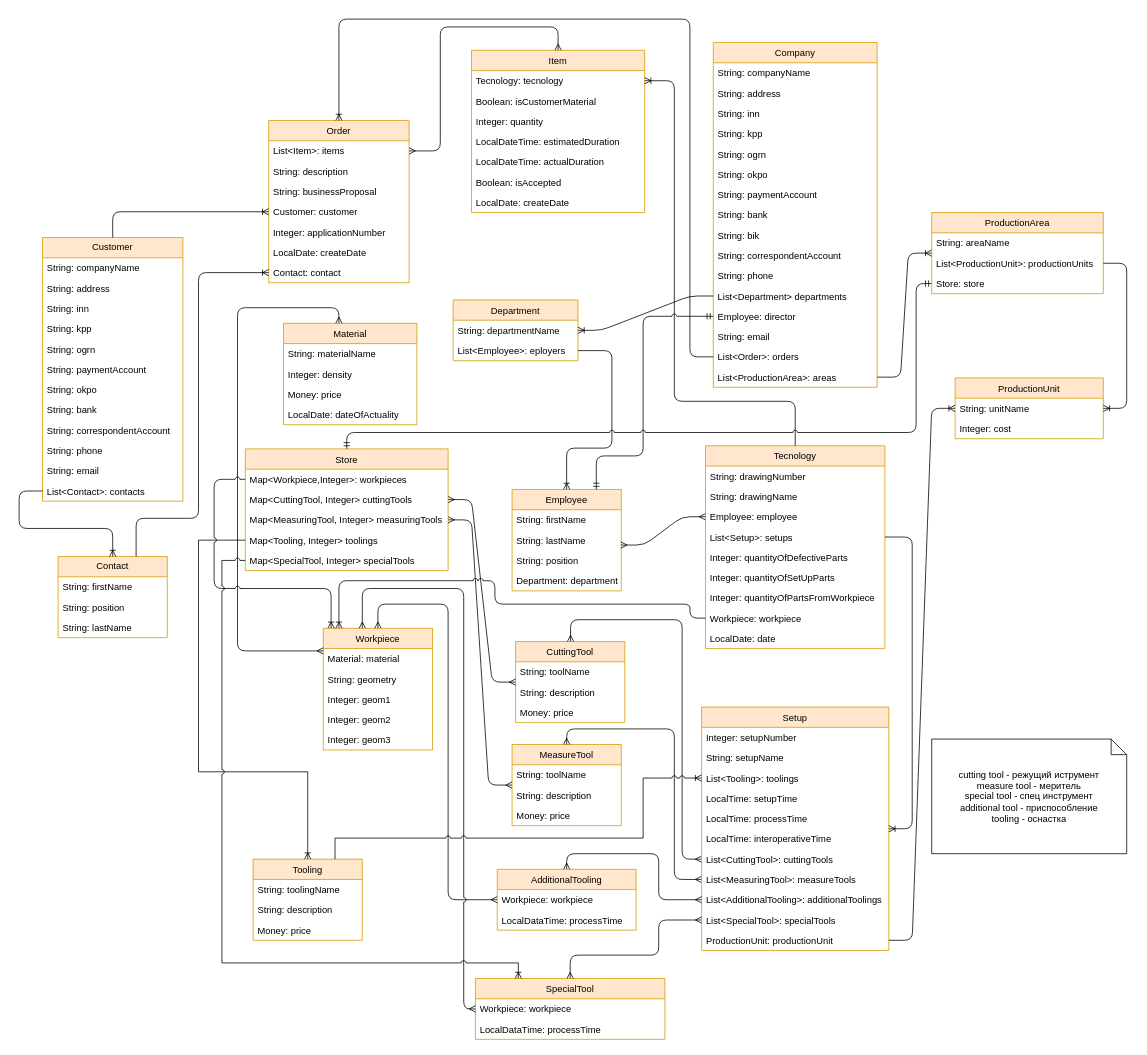
Before: erp.drawio in Shaman58/sfsb, a draw.io diagram. Source tidied: cells renumbered, new cells numbered last; positions are measured from the earlier drawing's top-left corner, leaving out a move shared by most shapes. Both pictures are drawn from the tidied source at 78%, with x=0, y=0 at pixel (19, 19).
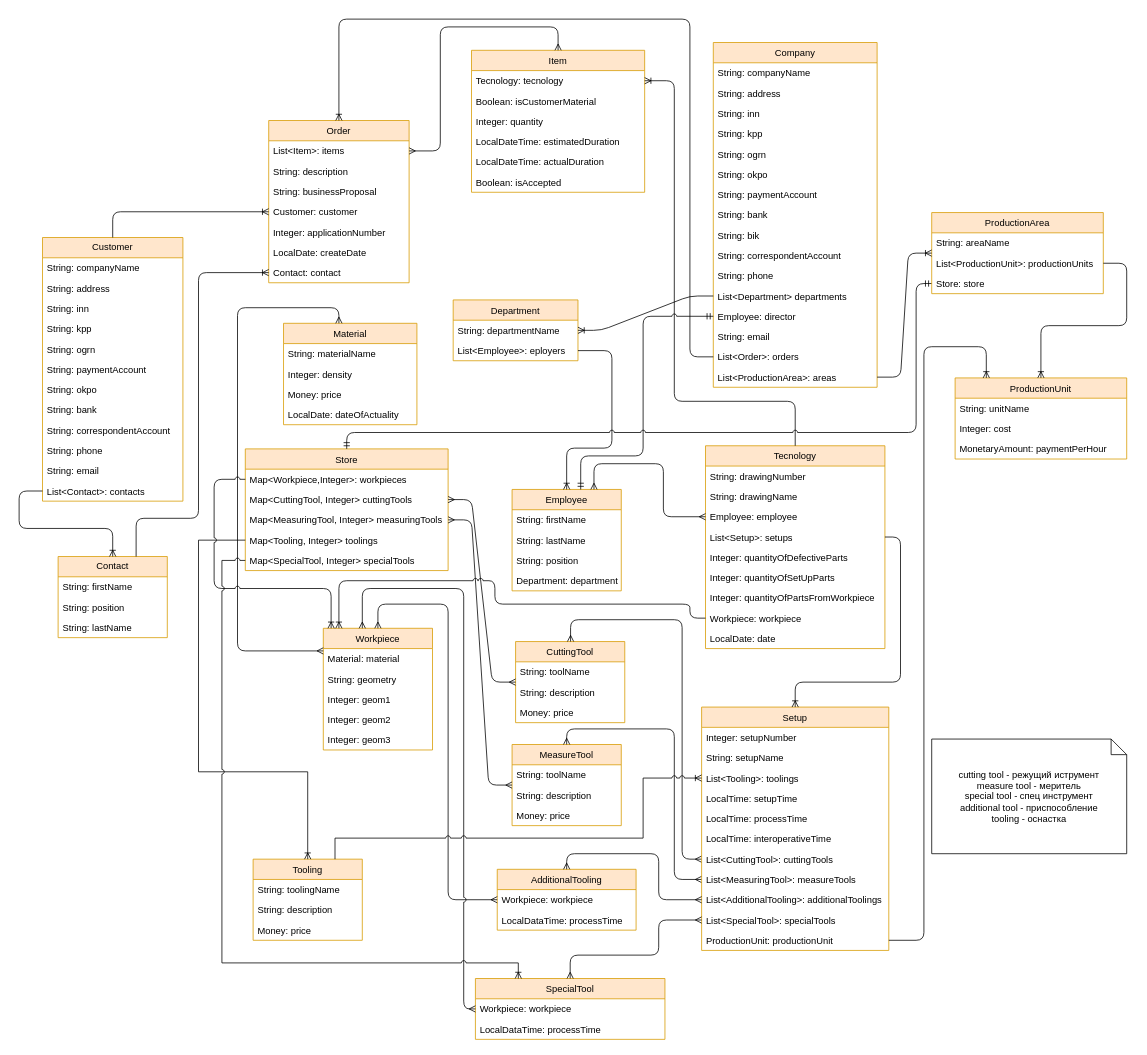
The same page after the edit.

Unchanged cells that the change refers to:
```xml
<mxCell id="22" value="Employee: employee" style="text;strokeColor=none;fillColor=none;align=left;verticalAlign=top;spacingLeft=4;spacingRight=4;overflow=hidden;points=[[0,0.5],[1,0.5]];portConstraint=eastwest;" parent="19" vertex="1">
  <mxGeometry y="78" width="230" height="26" as="geometry" />
</mxCell>
<mxCell id="23" value="List&lt;Setup&gt;: setups" style="text;strokeColor=none;fillColor=none;align=left;verticalAlign=top;spacingLeft=4;spacingRight=4;overflow=hidden;points=[[0,0.5],[1,0.5]];portConstraint=eastwest;" parent="19" vertex="1">
  <mxGeometry y="104" width="230" height="26" as="geometry" />
</mxCell>
<mxCell id="35" value="Employee" style="swimlane;fontStyle=0;horizontal=1;startSize=26;fillColor=#ffe6cc;fontSize=12;strokeColor=#d79b00;" parent="1" vertex="1">
  <mxGeometry x="632" y="603" width="140" height="130" as="geometry" />
</mxCell>
<mxCell id="37" value="String: lastName" style="text;strokeColor=none;fillColor=none;align=left;verticalAlign=top;spacingLeft=4;spacingRight=4;overflow=hidden;points=[[0,0.5],[1,0.5]];portConstraint=eastwest;" parent="35" vertex="1">
  <mxGeometry y="52" width="140" height="26" as="geometry" />
</mxCell>
<mxCell id="58" value="Employee: director" style="text;strokeColor=none;fillColor=none;align=left;verticalAlign=top;spacingLeft=4;spacingRight=4;overflow=hidden;points=[[0,0.5],[1,0.5]];portConstraint=eastwest;" parent="45" vertex="1">
  <mxGeometry y="338" width="210" height="26" as="geometry" />
</mxCell>
<mxCell id="90" value="Setup" style="swimlane;fontStyle=0;horizontal=1;startSize=26;fillColor=#ffe6cc;fontSize=12;strokeColor=#d79b00;" parent="1" vertex="1">
  <mxGeometry x="875" y="882" width="240" height="312" as="geometry" />
</mxCell>
<mxCell id="101" value="ProductionUnit: productionUnit" style="text;strokeColor=none;fillColor=none;align=left;verticalAlign=top;spacingLeft=4;spacingRight=4;overflow=hidden;points=[[0,0.5],[1,0.5]];portConstraint=eastwest;" parent="90" vertex="1">
  <mxGeometry y="286" width="240" height="26" as="geometry" />
</mxCell>
<mxCell id="117" value="List&lt;ProductionUnit&gt;: productionUnits" style="text;strokeColor=none;fillColor=none;align=left;verticalAlign=top;spacingLeft=4;spacingRight=4;overflow=hidden;points=[[0,0.5],[1,0.5]];portConstraint=eastwest;" parent="115" vertex="1">
  <mxGeometry y="52" width="220" height="26" as="geometry" />
</mxCell>
```

Diff of the diagram source:
```diff
@@
     <mxCell id="10" value="Item" style="swimlane;fontStyle=0;horizontal=1;startSize=26;fillColor=#ffe6cc;direction=east;strokeColor=#d79b00;" parent="1" vertex="1">
-      <mxGeometry x="580" y="40" width="222" height="208" as="geometry" />
+      <mxGeometry x="580" y="40" width="222" height="182" as="geometry" />
     </mxCell>
@@
-    <mxCell id="17" value="LocalDate: createDate" style="text;strokeColor=none;fillColor=none;align=left;verticalAlign=top;spacingLeft=4;spacingRight=4;overflow=hidden;" parent="10" vertex="1">
-      <mxGeometry y="182" width="222" height="26" as="geometry" />
-    </mxCell>
@@
-    <mxCell id="40" style="edgeStyle=entityRelationEdgeStyle;fontSize=12;html=1;endArrow=ERmany;startArrow=ERmany;exitX=0.996;exitY=0.741;exitDx=0;exitDy=0;exitPerimeter=0;" parent="1" edge="1" source="37" target="22">
-      <mxGeometry relative="1" as="geometry" />
+    <mxCell id="40" style="edgeStyle=orthogonalEdgeStyle;fontSize=12;html=1;endArrow=ERmany;startArrow=ERmany;exitX=0.75;exitY=0;exitDx=0;exitDy=0;" parent="1" edge="1" source="35" target="22">
+      <mxGeometry relative="1" as="geometry">
+        <Array as="points">
+          <mxPoint x="737" y="570" />
+          <mxPoint x="826" y="570" />
+          <mxPoint x="826" y="638" />
+        </Array>
+      </mxGeometry>
     </mxCell>
@@
     <mxCell id="63" style="edgeStyle=orthogonalEdgeStyle;fontSize=12;html=1;endArrow=ERmandOne;startArrow=ERmandOne;entryX=0;entryY=0.5;entryDx=0;entryDy=0;jumpStyle=arc;verticalAlign=middle;" parent="1" edge="1" source="35" target="58">
       <mxGeometry relative="1" as="geometry">
         <Array as="points">
-          <mxPoint x="740" y="560" />
+          <mxPoint x="720" y="560" />
           <mxPoint x="800" y="560" />
           <mxPoint x="800" y="381" />
         </Array>
       </mxGeometry>
     </mxCell>
@@
-    <mxCell id="103" style="edgeStyle=entityRelationEdgeStyle;fontSize=12;html=1;endArrow=ERoneToMany;shadow=0;strokeColor=#000000;" parent="1" edge="1" source="23" target="90">
-      <mxGeometry relative="1" as="geometry" />
+    <mxCell id="103" style="edgeStyle=orthogonalEdgeStyle;fontSize=12;html=1;endArrow=ERoneToMany;shadow=0;strokeColor=#000000;entryX=0.5;entryY=0;entryDx=0;entryDy=0;" parent="1" edge="1" source="23" target="90">
+      <mxGeometry relative="1" as="geometry">
+        <Array as="points">
+          <mxPoint x="1130" y="664" />
+          <mxPoint x="1130" y="850" />
+          <mxPoint x="995" y="850" />
+        </Array>
+      </mxGeometry>
     </mxCell>
@@
     <mxCell id="120" value="ProductionUnit" style="swimlane;fontStyle=0;horizontal=1;startSize=26;fillColor=#ffe6cc;fontSize=12;strokeColor=#d79b00;" parent="1" vertex="1">
-      <mxGeometry x="1200" y="460" width="190" height="78" as="geometry" />
+      <mxGeometry x="1200" y="460" width="220" height="104" as="geometry" />
     </mxCell>
     <mxCell id="121" value="String: unitName" style="text;strokeColor=none;fillColor=none;align=left;verticalAlign=top;spacingLeft=4;spacingRight=4;overflow=hidden;" parent="120" vertex="1">
-      <mxGeometry y="26" width="190" height="26" as="geometry" />
+      <mxGeometry y="26" width="220" height="26" as="geometry" />
     </mxCell>
     <mxCell id="122" value="Integer: cost" style="text;strokeColor=none;fillColor=none;align=left;verticalAlign=top;spacingLeft=4;spacingRight=4;overflow=hidden;" parent="120" vertex="1">
-      <mxGeometry y="52" width="190" height="26" as="geometry" />
+      <mxGeometry y="52" width="220" height="26" as="geometry" />
     </mxCell>
+    <mxCell id="154" value="MonetaryAmount: paymentPerHour" style="text;strokeColor=none;fillColor=none;align=left;verticalAlign=top;spacingLeft=4;spacingRight=4;overflow=hidden;" parent="120" vertex="1">
+      <mxGeometry y="78" width="220" height="26" as="geometry" />
+    </mxCell>
-    <mxCell id="123" style="edgeStyle=entityRelationEdgeStyle;fontSize=12;html=1;endArrow=ERoneToMany;shadow=0;strokeColor=#000000;" parent="1" edge="1" source="117" target="120">
-      <mxGeometry relative="1" as="geometry" />
+    <mxCell id="123" style="edgeStyle=orthogonalEdgeStyle;fontSize=12;html=1;endArrow=ERoneToMany;shadow=0;strokeColor=#000000;" parent="1" edge="1" source="117" target="120">
+      <mxGeometry relative="1" as="geometry">
+        <Array as="points">
+          <mxPoint x="1420" y="313" />
+          <mxPoint x="1420" y="393" />
+          <mxPoint x="1310" y="393" />
+        </Array>
+      </mxGeometry>
     </mxCell>
-    <mxCell id="124" style="edgeStyle=entityRelationEdgeStyle;fontSize=12;html=1;endArrow=ERoneToMany;shadow=0;strokeColor=#000000;" parent="1" edge="1" source="101" target="120">
-      <mxGeometry relative="1" as="geometry" />
+    <mxCell id="124" style="edgeStyle=orthogonalEdgeStyle;fontSize=12;html=1;endArrow=ERoneToMany;shadow=0;strokeColor=#000000;" parent="1" edge="1" source="101" target="120">
+      <mxGeometry relative="1" as="geometry">
+        <Array as="points">
+          <mxPoint x="1160" y="1181" />
+          <mxPoint x="1160" y="420" />
+          <mxPoint x="1240" y="420" />
+        </Array>
+      </mxGeometry>
     </mxCell>
```
